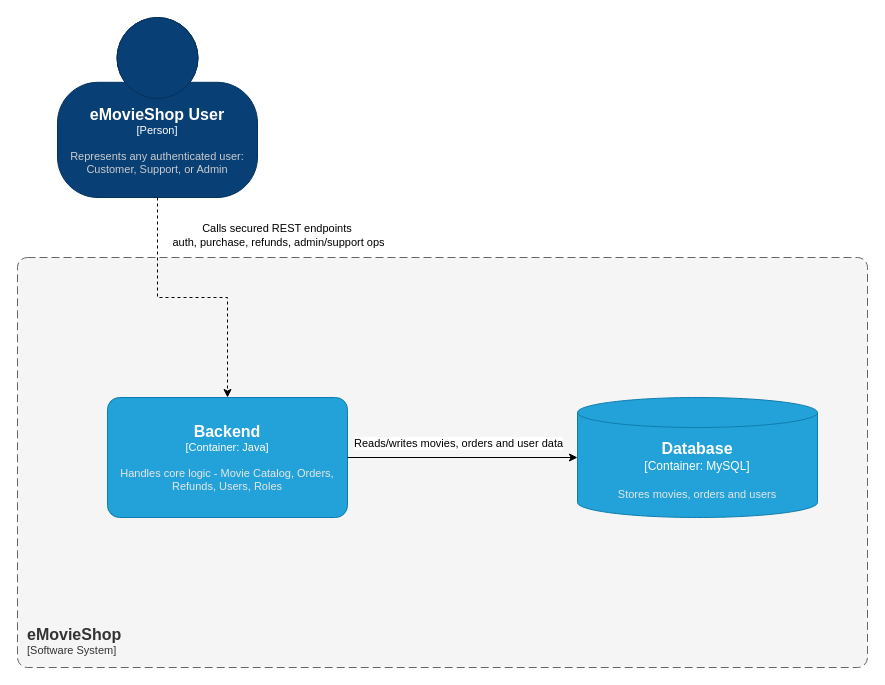
Earlier version of the draw.io diagram Deliverables/Phase1/ArchitectureAndDesign/diagrams/HighLevelView.drawio (mei-desofs/desofs2026-wed_nap_1-1). Source tidied: cells renumbered, new cells numbered last; positions are measured from the earlier drawing's top-left corner, leaving out a move shared by most shapes. Both pictures are drawn from the tidied source at 100%, with x=0, y=0 at pixel (17, 17).
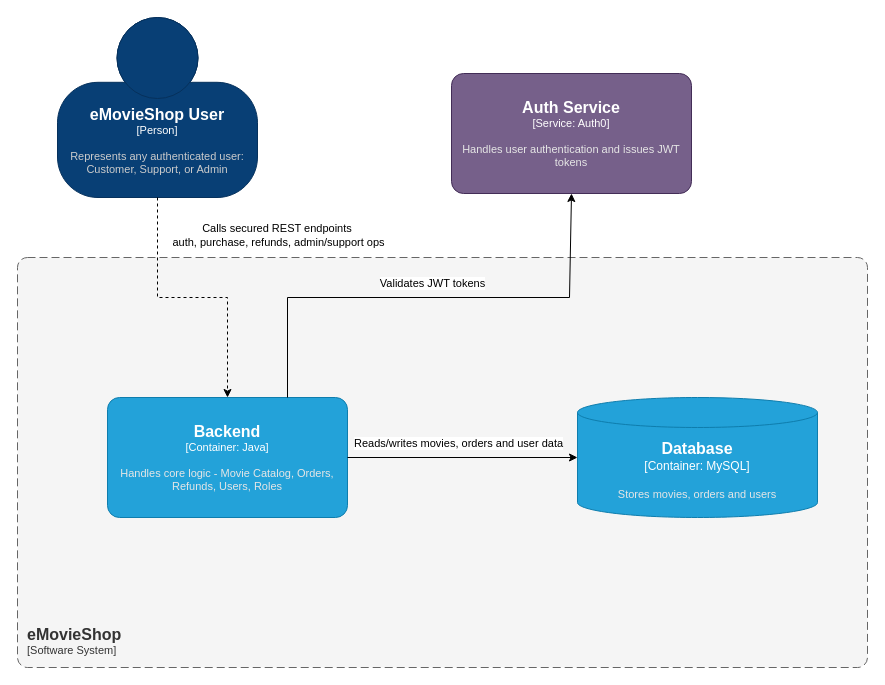
The same diagram, later.

Commit message (it also covers changes not shown here):
Updating Architecture Diagrams

What changed in the source:
```diff
@@
 <mxGraphModel>
   <root>
     <mxCell id="0" />
     <mxCell id="1" parent="0" />
     <object id="2" label="&lt;font style=&quot;font-size: 16px&quot;&gt;&lt;b&gt;%c4Name%&lt;/b&gt;&lt;/font&gt;&lt;div&gt;[%c4Type%]&lt;/div&gt;&lt;br&gt;&lt;div&gt;&lt;font style=&quot;font-size: 11px&quot;&gt;&lt;font color=&quot;#cccccc&quot;&gt;%c4Description%&lt;/font&gt;&lt;/div&gt;" c4Description="Represents any authenticated user: Customer, Support, or Admin" c4Name="eMovieShop User" c4Type="Person" placeholders="1">
       <mxCell style="html=1;fontSize=11;dashed=0;whiteSpace=wrap;fillColor=#083F75;strokeColor=#06315C;fontColor=#ffffff;shape=mxgraph.c4.person2;align=center;points=[[0.5,0,0],[1,0.5,0],[1,0.75,0],[0.75,1,0],[0.5,1,0],[0.25,1,0],[0,0.75,0],[0,0.5,0]];" parent="1" vertex="1">
         <mxGeometry x="40" width="200" height="180" as="geometry" />
       </mxCell>
     </object>
     <object id="3" label="&lt;font style=&quot;font-size: 16px&quot;&gt;&lt;b&gt;&lt;div style=&quot;text-align: left&quot;&gt;%c4Name%&lt;/div&gt;&lt;/b&gt;&lt;/font&gt;&lt;div style=&quot;text-align: left&quot;&gt;[%c4Application%]&lt;/div&gt;" c4Application="Software System" c4Name="eMovieShop" placeholders="1">
       <mxCell style="rounded=1;fontSize=11;whiteSpace=wrap;html=1;dashed=1;arcSize=20;labelBackgroundColor=none;align=left;verticalAlign=bottom;labelBorderColor=none;spacingTop=0;spacing=10;dashPattern=8 4;perimeter=rectanglePerimeter;noLabel=0;labelPadding=0;absoluteArcSize=1;fillColor=#f5f5f5;fontColor=#333333;strokeColor=#666666;" parent="1" vertex="1">
         <mxGeometry y="240" width="850" height="410" as="geometry" />
       </mxCell>
     </object>
     <object id="4" label="&lt;font style=&quot;font-size: 16px&quot;&gt;&lt;b&gt;%c4Name%&lt;/b&gt;&lt;/font&gt;&lt;div&gt;[%c4Type%: %c4Technology%]&lt;/div&gt;&lt;br&gt;&lt;div&gt;&lt;font style=&quot;font-size: 11px&quot;&gt;&lt;font color=&quot;#E6E6E6&quot;&gt;%c4Description%&lt;/font&gt;&lt;/div&gt;" c4Description="Handles core logic - Movie Catalog, Orders, Refunds, Users, Roles" c4Name="Backend" c4Technology="Java" c4Type="Container" placeholders="1">
       <mxCell style="rounded=1;whiteSpace=wrap;html=1;fontSize=11;labelBackgroundColor=none;fillColor=#23A2D9;fontColor=#ffffff;align=center;arcSize=10;strokeColor=#0E7DAD;points=[[0.25,0,0],[0.5,0,0],[0.75,0,0],[1,0.25,0],[1,0.5,0],[1,0.75,0],[0.75,1,0],[0.5,1,0],[0.25,1,0],[0,0.75,0],[0,0.5,0],[0,0.25,0]];" parent="1" vertex="1">
         <mxGeometry x="90" y="380" width="240" height="120" as="geometry" />
       </mxCell>
     </object>
     <object id="5" label="&lt;font style=&quot;font-size: 16px&quot;&gt;&lt;b&gt;%c4Name%&lt;/b&gt;&lt;/font&gt;&lt;div&gt;[%c4Type%:&amp;nbsp;%c4Technology%]&lt;/div&gt;&lt;br&gt;&lt;div&gt;&lt;font style=&quot;font-size: 11px&quot;&gt;&lt;font color=&quot;#E6E6E6&quot;&gt;%c4Description%&lt;/font&gt;&lt;/div&gt;" c4Description="Stores movies, orders and users" c4Name="Database" c4Technology="MySQL" c4Type="Container" placeholders="1">
       <mxCell style="shape=cylinder3;size=15;whiteSpace=wrap;html=1;boundedLbl=1;rounded=0;labelBackgroundColor=none;fillColor=#23A2D9;fontSize=12;fontColor=#ffffff;align=center;strokeColor=#0E7DAD;points=[[0.5,0,0],[1,0.25,0],[1,0.5,0],[1,0.75,0],[0.5,1,0],[0,0.75,0],[0,0.5,0],[0,0.25,0]];" parent="1" vertex="1">
         <mxGeometry x="560" y="380" width="240" height="120" as="geometry" />
       </mxCell>
     </object>
     <mxCell id="6" style="edgeStyle=orthogonalEdgeStyle;rounded=0;jettySize=auto;html=1;dashed=1;entryX=0.5;entryY=0;entryDx=0;entryDy=0;entryPerimeter=0;" parent="1" edge="1" source="2" target="4">
       <mxGeometry relative="1" as="geometry" />
     </mxCell>
     <mxCell id="7" value="&lt;div&gt;&lt;span style=&quot;background-color: initial;&quot;&gt;Calls secured REST endpoints&amp;nbsp;&lt;/span&gt;&lt;br&gt;&lt;/div&gt;&lt;div&gt;auth, purchase, refunds, admin/support ops&lt;br&gt;&lt;/div&gt;" style="edgeLabel;html=1;align=center;verticalAlign=middle;labelBackgroundColor=none;" parent="6" vertex="1">
       <mxGeometry x="-0.26" y="-4" relative="1" as="geometry">
         <mxPoint x="120" y="-67" as="offset" />
       </mxGeometry>
     </mxCell>
     <mxCell id="8" style="endArrow=classic;html=1;rounded=0;exitX=1;exitY=0.5;exitDx=0;exitDy=0;exitPerimeter=0;entryX=0;entryY=0.5;entryDx=0;entryDy=0;entryPerimeter=0;" parent="1" edge="1" source="4" target="5">
       <mxGeometry relative="1" as="geometry" />
     </mxCell>
     <mxCell id="9" value="Reads/writes movies, orders and user data" style="edgeLabel;html=1;align=center;verticalAlign=middle;" parent="8" vertex="1">
       <mxGeometry x="-0.14" y="-1" relative="1" as="geometry">
         <mxPoint x="11" y="-16" as="offset" />
       </mxGeometry>
     </mxCell>
+    <object id="10" label="&lt;font style=&quot;font-size: 16px&quot;&gt;&lt;b&gt;%c4Name%&lt;/b&gt;&lt;/font&gt;&lt;div&gt;[%c4Type%: %c4Technology%]&lt;/div&gt;&lt;br&gt;&lt;div&gt;&lt;font style=&quot;font-size: 11px&quot;&gt;&lt;font color=&quot;#E6E6E6&quot;&gt;%c4Description%&lt;/font&gt;&lt;/div&gt;" c4Description="Handles user authentication and issues JWT tokens" c4Name="Auth Service" c4Technology="Auth0" c4Type="Service" placeholders="1">
+      <mxCell style="rounded=1;whiteSpace=wrap;html=1;fontSize=11;labelBackgroundColor=none;fillColor=#76608a;align=center;arcSize=10;strokeColor=#432D57;points=[[0.25,0,0],[0.5,0,0],[0.75,0,0],[1,0.25,0],[1,0.5,0],[1,0.75,0],[0.75,1,0],[0.5,1,0],[0.25,1,0],[0,0.75,0],[0,0.5,0],[0,0.25,0]];fontColor=#ffffff;" parent="1" vertex="1">
+        <mxGeometry x="434" y="56" width="240" height="120" as="geometry" />
+      </mxCell>
+    </object>
+    <mxCell id="11" style="endArrow=classic;html=1;rounded=0;exitX=0.75;exitY=0;exitDx=0;exitDy=0;exitPerimeter=0;entryX=0.5;entryY=1;entryDx=0;entryDy=0;entryPerimeter=0;" parent="1" edge="1" source="4" target="10">
+      <mxGeometry relative="1" as="geometry">
+        <Array as="points">
+          <mxPoint x="270" y="280" />
+          <mxPoint x="552" y="280" />
+        </Array>
+      </mxGeometry>
+    </mxCell>
+    <mxCell id="12" value="Validates JWT tokens" style="edgeLabel;html=1;align=center;verticalAlign=middle;" parent="11" vertex="1">
+      <mxGeometry x="-0.14" y="-1" relative="1" as="geometry">
+        <mxPoint x="35" y="-16" as="offset" />
+      </mxGeometry>
+    </mxCell>
   </root>
 </mxGraphModel>
```
